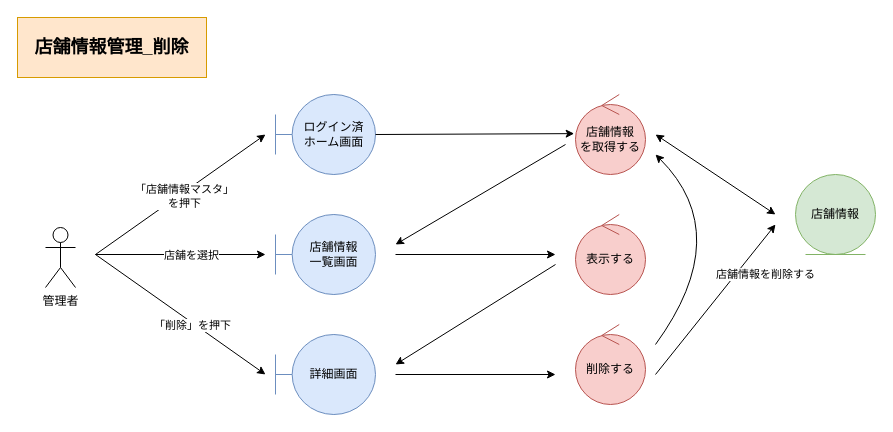
This is page "*店舗情報管理_削除" (4 of 4) of 各種設計書/3ロバストネス図/マスタ管理/2.店舗情報マスタ.drawio from HaruShim/Sotuken, a draw.io file, before an edit. Source tidied: cells renumbered, new cells numbered last; positions are measured from the earlier drawing's top-left corner, leaving out a move shared by most shapes. Both pictures are drawn from the tidied source at 100%, with x=0, y=0 at pixel (17, 17).
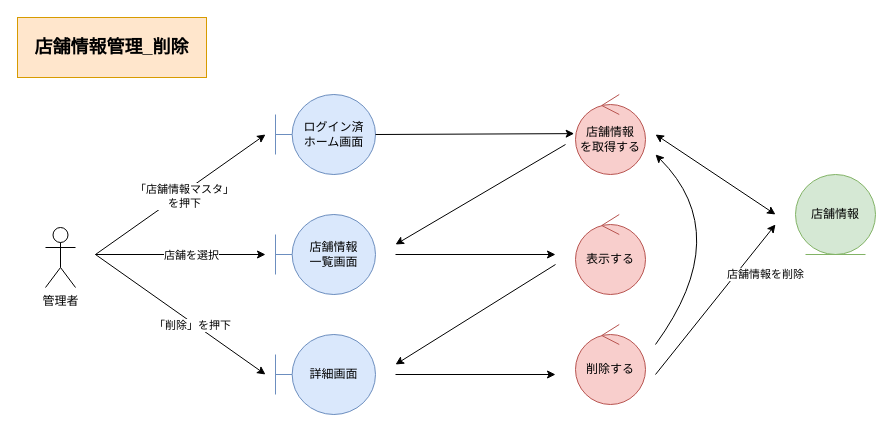
The same diagram, later.

The change refers to these unchanged cells:
```xml
<mxCell id="13" style="endArrow=classic;html=1;rounded=0;" parent="1" edge="1">
  <mxGeometry relative="1" as="geometry">
    <mxPoint x="638" y="357" as="sourcePoint" />
    <mxPoint x="758" y="207" as="targetPoint" />
  </mxGeometry>
</mxCell>
```

Change to the diagram source:
```diff
@@
-    <mxCell id="14" value="店舗情報を削除する" style="edgeLabel;html=1;align=center;verticalAlign=middle;" parent="13" vertex="1">
+    <mxCell id="14" value="店舗情報を削除" style="edgeLabel;html=1;align=center;verticalAlign=middle;" parent="13" vertex="1">
       <mxGeometry x="0.26" y="1" relative="1" as="geometry">
         <mxPoint x="35" y="-5" as="offset" />
       </mxGeometry>
     </mxCell>
```
